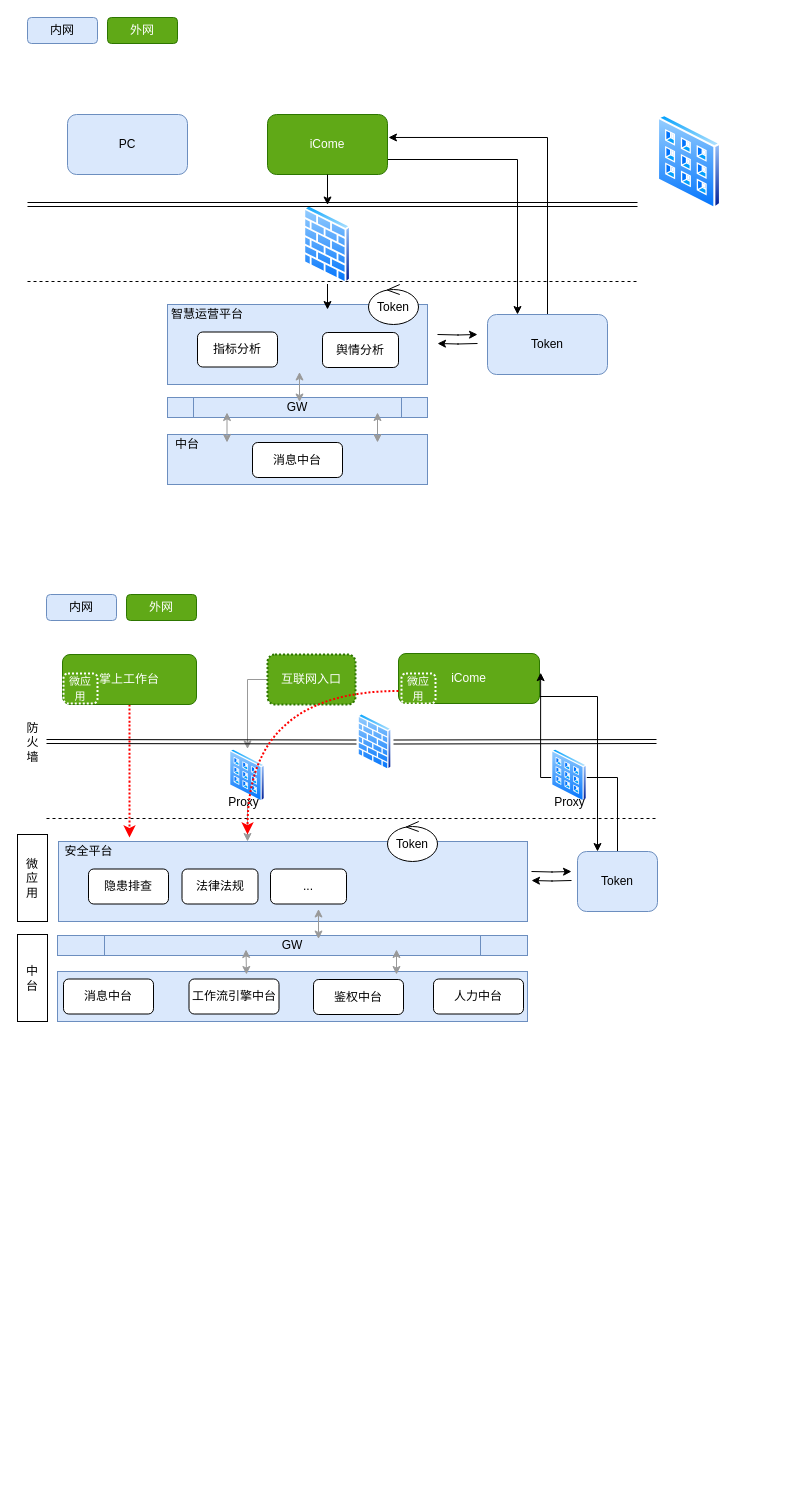
Earlier version of the draw.io diagram page "第 25 页" (25 of 27) of MQ服务.drawio (chinadragonsjz/project). Source tidied: cells renumbered, new cells numbered last; positions are measured from the earlier drawing's top-left corner, leaving out a move shared by most shapes. Both pictures are drawn from the tidied source at 100%, with x=0, y=0 at pixel (17, 17).
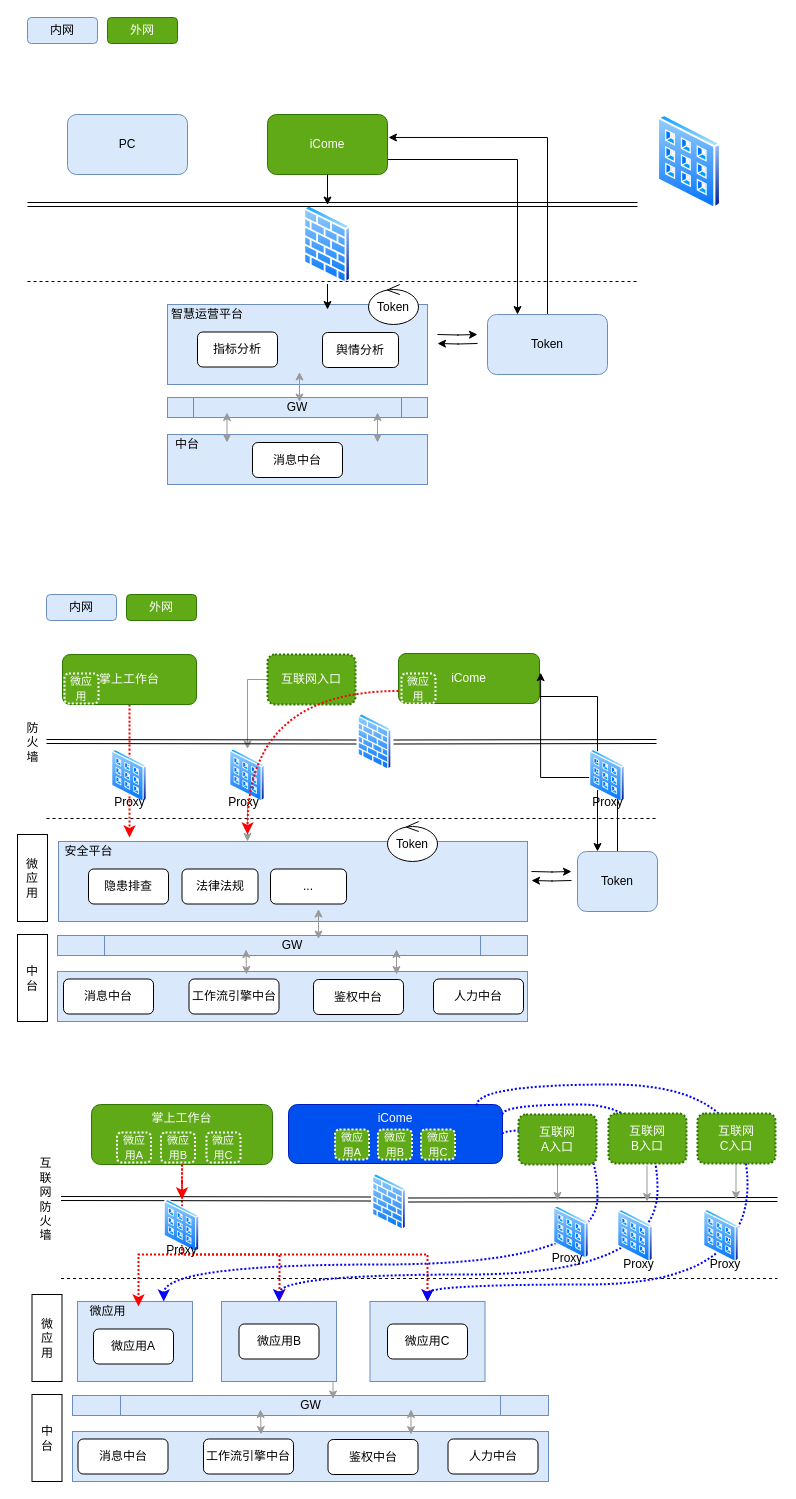
The same diagram, later.

What changed in the source:
```diff
@@
     <mxCell id="65" style="perimeter=ellipsePerimeter;html=1;align=center;shadow=0;dashed=0;spacingTop=3;image;image=img/lib/active_directory/input_output_filter.svg;" parent="1" vertex="1">
-      <mxGeometry x="534" y="731.5" width="36" height="53" as="geometry" />
+      <mxGeometry x="572" y="732" width="36" height="53" as="geometry" />
     </mxCell>
     <mxCell id="66" value="Proxy" style="text;html=1;strokeColor=none;fillColor=none;align=center;verticalAlign=middle;whiteSpace=wrap;rounded=0;" parent="1" vertex="1">
-      <mxGeometry x="521.5" y="774.5" width="61" height="20" as="geometry" />
+      <mxGeometry x="559.5" y="775" width="61" height="20" as="geometry" />
     </mxCell>
@@
     <mxCell id="68" value="&lt;font style=&quot;font-size: 11px&quot;&gt;微应用&lt;/font&gt;" style="rounded=1;whiteSpace=wrap;html=1;fillColor=#60a917;strokeColor=#FFFFFF;fontColor=#ffffff;dashed=1;strokeWidth=2;dashPattern=1 1;" parent="1" vertex="1">
-      <mxGeometry x="46" y="656" width="34" height="30" as="geometry" />
+      <mxGeometry x="47" y="656" width="34" height="30" as="geometry" />
     </mxCell>
@@
+    <mxCell id="71" style="perimeter=ellipsePerimeter;html=1;align=center;shadow=0;dashed=0;spacingTop=3;image;image=img/lib/active_directory/input_output_filter.svg;" parent="1" vertex="1">
+      <mxGeometry x="94" y="732" width="36" height="53" as="geometry" />
+    </mxCell>
+    <mxCell id="72" value="Proxy" style="text;html=1;strokeColor=none;fillColor=none;align=center;verticalAlign=middle;whiteSpace=wrap;rounded=0;" parent="1" vertex="1">
+      <mxGeometry x="81.5" y="775" width="61" height="20" as="geometry" />
+    </mxCell>
+    <mxCell id="73" style="rounded=0;whiteSpace=wrap;html=1;fillColor=#dae8fc;strokeColor=#6c8ebf;" parent="1" vertex="1">
+      <mxGeometry x="55" y="1414" width="476" height="50" as="geometry" />
+    </mxCell>
+    <mxCell id="74" value="iCome" style="rounded=1;whiteSpace=wrap;html=1;fillColor=#0050ef;strokeColor=#001DBC;fontColor=#ffffff;verticalAlign=top;" parent="1" vertex="1">
+      <mxGeometry x="271" y="1087" width="214" height="59" as="geometry" />
+    </mxCell>
+    <mxCell id="75" value="消息中台" style="rounded=1;whiteSpace=wrap;html=1;" parent="1" vertex="1">
+      <mxGeometry x="60.5" y="1421.5" width="90" height="35" as="geometry" />
+    </mxCell>
+    <mxCell id="76" value="工作流引擎中台" style="rounded=1;whiteSpace=wrap;html=1;" parent="1" vertex="1">
+      <mxGeometry x="186" y="1421.5" width="90" height="35" as="geometry" />
+    </mxCell>
+    <mxCell id="77" value="鉴权中台" style="rounded=1;whiteSpace=wrap;html=1;" parent="1" vertex="1">
+      <mxGeometry x="310.5" y="1422" width="90" height="35" as="geometry" />
+    </mxCell>
+    <mxCell id="78" value="人力中台" style="rounded=1;whiteSpace=wrap;html=1;" parent="1" vertex="1">
+      <mxGeometry x="430.5" y="1421.5" width="90" height="35" as="geometry" />
+    </mxCell>
+    <mxCell id="79" style="shape=link;html=1;endArrow=classic;endFill=1;" parent="1" edge="1">
+      <mxGeometry relative="1" as="geometry">
+        <mxPoint x="390.5" y="1182.5" as="sourcePoint" />
+        <mxPoint x="760" y="1182" as="targetPoint" />
+      </mxGeometry>
+    </mxCell>
+    <mxCell id="80" style="endArrow=none;dashed=1;html=1;" parent="1" edge="1">
+      <mxGeometry relative="1" as="geometry">
+        <mxPoint x="43.5" y="1261" as="sourcePoint" />
+        <mxPoint x="760" y="1261" as="targetPoint" />
+      </mxGeometry>
+    </mxCell>
+    <mxCell id="81" style="edgeStyle=orthogonalEdgeStyle;rounded=0;jettySize=auto;html=1;exitX=0.5;exitY=1;exitDx=0;exitDy=0;dashed=1;dashPattern=1 1;strokeColor=#FF0000;strokeWidth=2;" parent="1" edge="1" source="83" target="99">
+      <mxGeometry relative="1" as="geometry">
+        <Array as="points">
+          <mxPoint x="165" y="1237" />
+          <mxPoint x="262" y="1237" />
+        </Array>
+      </mxGeometry>
+    </mxCell>
+    <mxCell id="82" style="edgeStyle=orthogonalEdgeStyle;rounded=0;jettySize=auto;html=1;exitX=0.5;exitY=1;exitDx=0;exitDy=0;dashed=1;dashPattern=1 1;strokeColor=#FF0000;strokeWidth=2;" parent="1" edge="1" source="121" target="103">
+      <mxGeometry relative="1" as="geometry">
+        <Array as="points">
+          <mxPoint x="165" y="1237" />
+          <mxPoint x="410" y="1237" />
+        </Array>
+      </mxGeometry>
+    </mxCell>
+    <mxCell id="83" value="掌上工作台" style="rounded=1;whiteSpace=wrap;html=1;fillColor=#60a917;strokeColor=#2D7600;fontColor=#ffffff;verticalAlign=top;" parent="1" vertex="1">
+      <mxGeometry x="74" y="1087" width="181" height="60" as="geometry" />
+    </mxCell>
+    <mxCell id="84" value="GW" style="shape=process;whiteSpace=wrap;html=1;backgroundOutline=1;fillColor=#dae8fc;strokeColor=#6c8ebf;" parent="1" vertex="1">
+      <mxGeometry x="55" y="1378" width="476" height="20" as="geometry" />
+    </mxCell>
+    <mxCell id="85" style="endArrow=classic;startArrow=classic;html=1;strokeColor=#999999;" parent="1" edge="1">
+      <mxGeometry relative="1" as="geometry">
+        <mxPoint x="243.5" y="1417" as="sourcePoint" />
+        <mxPoint x="243" y="1392" as="targetPoint" />
+      </mxGeometry>
+    </mxCell>
+    <mxCell id="86" style="endArrow=classic;startArrow=classic;html=1;strokeColor=#999999;" parent="1" edge="1">
+      <mxGeometry relative="1" as="geometry">
+        <mxPoint x="393.5" y="1417" as="sourcePoint" />
+        <mxPoint x="393.5" y="1392" as="targetPoint" />
+      </mxGeometry>
+    </mxCell>
+    <mxCell id="87" style="endArrow=classic;startArrow=classic;html=1;strokeColor=#999999;" parent="1" edge="1">
+      <mxGeometry relative="1" as="geometry">
+        <mxPoint x="315.5" y="1381.5" as="sourcePoint" />
+        <mxPoint x="315.5" y="1351.5" as="targetPoint" />
+      </mxGeometry>
+    </mxCell>
+    <mxCell id="88" value="中&lt;br&gt;台" style="rounded=0;whiteSpace=wrap;html=1;" parent="1" vertex="1">
+      <mxGeometry x="14.5" y="1377" width="30" height="87" as="geometry" />
+    </mxCell>
+    <mxCell id="89" value="微&lt;br&gt;应&lt;br&gt;用" style="rounded=0;whiteSpace=wrap;html=1;" parent="1" vertex="1">
+      <mxGeometry x="14.5" y="1277" width="30" height="87" as="geometry" />
+    </mxCell>
+    <mxCell id="90" style="edgeStyle=orthogonalEdgeStyle;rounded=0;jettySize=auto;html=1;strokeColor=#999999;entryX=0.111;entryY=-0.104;entryDx=0;entryDy=0;entryPerimeter=0;" parent="1" edge="1" source="120" target="115">
+      <mxGeometry relative="1" as="geometry" />
+    </mxCell>
+    <mxCell id="91" value="互联网防&lt;br&gt;火&lt;br&gt;墙" style="text;html=1;strokeColor=none;fillColor=none;align=center;verticalAlign=middle;whiteSpace=wrap;rounded=0;" parent="1" vertex="1">
+      <mxGeometry x="16" y="1141" width="25" height="82" as="geometry" />
+    </mxCell>
+    <mxCell id="92" style="perimeter=ellipsePerimeter;html=1;align=center;shadow=0;dashed=0;spacingTop=3;image;image=img/lib/active_directory/firewall.svg;" parent="1" vertex="1">
+      <mxGeometry x="353.5" y="1156" width="37" height="57" as="geometry" />
+    </mxCell>
+    <mxCell id="93" style="shape=link;html=1;endArrow=classic;endFill=1;" parent="1" edge="1">
+      <mxGeometry relative="1" as="geometry">
+        <mxPoint x="43.5" y="1181" as="sourcePoint" />
+        <mxPoint x="353.5" y="1181.5" as="targetPoint" />
+      </mxGeometry>
+    </mxCell>
+    <mxCell id="94" value="&lt;font style=&quot;font-size: 11px&quot;&gt;微应用A&lt;/font&gt;" style="rounded=1;whiteSpace=wrap;html=1;fillColor=#60a917;strokeColor=#FFFFFF;fontColor=#ffffff;dashed=1;strokeWidth=2;dashPattern=1 1;" parent="1" vertex="1">
+      <mxGeometry x="317.5" y="1112" width="34" height="30" as="geometry" />
+    </mxCell>
+    <mxCell id="95" value="&lt;font style=&quot;font-size: 11px&quot;&gt;微应用A&lt;/font&gt;" style="rounded=1;whiteSpace=wrap;html=1;fillColor=#60a917;strokeColor=#FFFFFF;fontColor=#ffffff;dashed=1;strokeWidth=2;dashPattern=1 1;" parent="1" vertex="1">
+      <mxGeometry x="99.5" y="1115" width="34" height="30" as="geometry" />
+    </mxCell>
+    <mxCell id="96" style="edgeStyle=orthogonalEdgeStyle;curved=1;rounded=0;jettySize=auto;html=1;exitX=1;exitY=0.5;exitDx=0;exitDy=0;strokeColor=#0000FF;strokeWidth=2;dashed=1;dashPattern=1 1;entryX=0.75;entryY=0;entryDx=0;entryDy=0;" parent="1" edge="1" source="74" target="98">
+      <mxGeometry relative="1" as="geometry">
+        <Array as="points">
+          <mxPoint x="580" y="1112" />
+          <mxPoint x="580" y="1247" />
+          <mxPoint x="146" y="1247" />
+        </Array>
+      </mxGeometry>
+    </mxCell>
+    <mxCell id="97" style="group;" parent="1" vertex="1">
+      <mxGeometry x="59.5" y="1284" width="293" height="80" as="geometry" />
+    </mxCell>
+    <mxCell id="98" style="rounded=0;whiteSpace=wrap;html=1;fillColor=#dae8fc;strokeColor=#6c8ebf;" parent="97" vertex="1">
+      <mxGeometry x="0.5" width="115" height="80" as="geometry" />
+    </mxCell>
+    <mxCell id="99" style="rounded=0;whiteSpace=wrap;html=1;fillColor=#dae8fc;strokeColor=#6c8ebf;" parent="97" vertex="1">
+      <mxGeometry x="144.5" width="115" height="80" as="geometry" />
+    </mxCell>
+    <mxCell id="100" value="微应用A" style="rounded=1;whiteSpace=wrap;html=1;" parent="97" vertex="1">
+      <mxGeometry x="16.5" y="27.5" width="80" height="35" as="geometry" />
+    </mxCell>
+    <mxCell id="101" value="微应用" style="text;html=1;strokeColor=none;fillColor=none;align=center;verticalAlign=middle;whiteSpace=wrap;rounded=0;" parent="97" vertex="1">
+      <mxGeometry width="61" height="20" as="geometry" />
+    </mxCell>
+    <mxCell id="102" value="微应用B" style="rounded=1;whiteSpace=wrap;html=1;" parent="97" vertex="1">
+      <mxGeometry x="162" y="22.5" width="80" height="35" as="geometry" />
+    </mxCell>
+    <mxCell id="103" style="rounded=0;whiteSpace=wrap;html=1;fillColor=#dae8fc;strokeColor=#6c8ebf;" parent="1" vertex="1">
+      <mxGeometry x="352.5" y="1284" width="115" height="80" as="geometry" />
+    </mxCell>
+    <mxCell id="104" value="微应用C" style="rounded=1;whiteSpace=wrap;html=1;" parent="1" vertex="1">
+      <mxGeometry x="370" y="1306.5" width="80" height="35" as="geometry" />
+    </mxCell>
+    <mxCell id="105" value="&lt;font style=&quot;font-size: 11px&quot;&gt;微应用B&lt;/font&gt;" style="rounded=1;whiteSpace=wrap;html=1;fillColor=#60a917;strokeColor=#FFFFFF;fontColor=#ffffff;dashed=1;strokeWidth=2;dashPattern=1 1;" parent="1" vertex="1">
+      <mxGeometry x="360.5" y="1112" width="34" height="30" as="geometry" />
+    </mxCell>
+    <mxCell id="106" value="&lt;font style=&quot;font-size: 11px&quot;&gt;微应用C&lt;/font&gt;" style="rounded=1;whiteSpace=wrap;html=1;fillColor=#60a917;strokeColor=#FFFFFF;fontColor=#ffffff;dashed=1;strokeWidth=2;dashPattern=1 1;" parent="1" vertex="1">
+      <mxGeometry x="403.5" y="1112" width="34" height="30" as="geometry" />
+    </mxCell>
+    <mxCell id="107" value="&lt;font style=&quot;font-size: 11px&quot;&gt;微应用B&lt;/font&gt;" style="rounded=1;whiteSpace=wrap;html=1;fillColor=#60a917;strokeColor=#FFFFFF;fontColor=#ffffff;dashed=1;strokeWidth=2;dashPattern=1 1;" parent="1" vertex="1">
+      <mxGeometry x="143.5" y="1115" width="34" height="30" as="geometry" />
+    </mxCell>
+    <mxCell id="108" value="&lt;font style=&quot;font-size: 11px&quot;&gt;微应用C&lt;/font&gt;" style="rounded=1;whiteSpace=wrap;html=1;fillColor=#60a917;strokeColor=#FFFFFF;fontColor=#ffffff;dashed=1;strokeWidth=2;dashPattern=1 1;" parent="1" vertex="1">
+      <mxGeometry x="189" y="1115" width="34" height="30" as="geometry" />
+    </mxCell>
+    <mxCell id="109" style="edgeStyle=orthogonalEdgeStyle;rounded=0;jettySize=auto;html=1;exitX=0.5;exitY=1;exitDx=0;exitDy=0;dashed=1;dashPattern=1 1;strokeColor=#FF0000;strokeWidth=2;" parent="1" edge="1" source="121">
+      <mxGeometry relative="1" as="geometry">
+        <mxPoint x="121" y="1289" as="targetPoint" />
+        <Array as="points">
+          <mxPoint x="165" y="1237" />
+          <mxPoint x="121" y="1237" />
+        </Array>
+      </mxGeometry>
+    </mxCell>
+    <mxCell id="110" style="edgeStyle=orthogonalEdgeStyle;curved=1;rounded=0;jettySize=auto;html=1;strokeColor=#0000FF;strokeWidth=2;dashed=1;dashPattern=1 1;entryX=0.5;entryY=0;entryDx=0;entryDy=0;" parent="1" edge="1" target="99">
+      <mxGeometry relative="1" as="geometry">
+        <mxPoint x="485" y="1097" as="sourcePoint" />
+        <Array as="points">
+          <mxPoint x="485" y="1087" />
+          <mxPoint x="640" y="1087" />
+          <mxPoint x="640" y="1257" />
+          <mxPoint x="262" y="1257" />
+        </Array>
+      </mxGeometry>
+    </mxCell>
+    <mxCell id="111" style="edgeStyle=orthogonalEdgeStyle;curved=1;rounded=0;jettySize=auto;html=1;strokeColor=#0000FF;strokeWidth=2;dashed=1;dashPattern=1 1;entryX=0.5;entryY=0;entryDx=0;entryDy=0;exitX=0.879;exitY=0.017;exitDx=0;exitDy=0;exitPerimeter=0;" parent="1" edge="1" source="74" target="103">
+      <mxGeometry relative="1" as="geometry">
+        <Array as="points">
+          <mxPoint x="459" y="1067" />
+          <mxPoint x="730" y="1067" />
+          <mxPoint x="730" y="1267" />
+          <mxPoint x="410" y="1267" />
+        </Array>
+      </mxGeometry>
+    </mxCell>
+    <mxCell id="112" style="edgeStyle=orthogonalEdgeStyle;rounded=0;jettySize=auto;html=1;exitX=0.5;exitY=1;exitDx=0;exitDy=0;dashed=1;dashPattern=1 1;strokeColor=#FF0000;strokeWidth=2;" parent="1" edge="1" source="83" target="121">
+      <mxGeometry relative="1" as="geometry" />
+    </mxCell>
+    <mxCell id="113" style="perimeter=ellipsePerimeter;html=1;align=center;shadow=0;dashed=0;spacingTop=3;image;image=img/lib/active_directory/input_output_filter.svg;" parent="1" vertex="1">
+      <mxGeometry x="600" y="1192" width="36" height="53" as="geometry" />
+    </mxCell>
+    <mxCell id="114" style="perimeter=ellipsePerimeter;html=1;align=center;shadow=0;dashed=0;spacingTop=3;image;image=img/lib/active_directory/input_output_filter.svg;" parent="1" vertex="1">
+      <mxGeometry x="686" y="1192" width="36" height="53" as="geometry" />
+    </mxCell>
+    <mxCell id="115" style="perimeter=ellipsePerimeter;html=1;align=center;shadow=0;dashed=0;spacingTop=3;image;image=img/lib/active_directory/input_output_filter.svg;" parent="1" vertex="1">
+      <mxGeometry x="536" y="1188.5" width="36" height="53" as="geometry" />
+    </mxCell>
+    <mxCell id="116" style="edgeStyle=orthogonalEdgeStyle;rounded=0;orthogonalLoop=1;jettySize=auto;html=1;strokeColor=#999999;entryX=0.111;entryY=-0.104;entryDx=0;entryDy=0;entryPerimeter=0;" parent="1" edge="1">
+      <mxGeometry relative="1" as="geometry">
+        <mxPoint x="629.5" y="1148" as="sourcePoint" />
+        <mxPoint x="629.5" y="1184" as="targetPoint" />
+      </mxGeometry>
+    </mxCell>
+    <mxCell id="117" style="edgeStyle=orthogonalEdgeStyle;rounded=0;orthogonalLoop=1;jettySize=auto;html=1;strokeColor=#999999;entryX=0.111;entryY=-0.104;entryDx=0;entryDy=0;entryPerimeter=0;" parent="1" edge="1">
+      <mxGeometry relative="1" as="geometry">
+        <mxPoint x="718.5" y="1146" as="sourcePoint" />
+        <mxPoint x="718.5" y="1182" as="targetPoint" />
+      </mxGeometry>
+    </mxCell>
+    <mxCell id="118" value="互联网&lt;br&gt;B入口" style="rounded=1;whiteSpace=wrap;html=1;fillColor=#60a917;strokeColor=#2D7600;fontColor=#ffffff;dashed=1;strokeWidth=2;dashPattern=1 1;" parent="1" vertex="1">
+      <mxGeometry x="591" y="1096" width="78" height="50" as="geometry" />
+    </mxCell>
+    <mxCell id="119" value="互联网&lt;br&gt;C入口" style="rounded=1;whiteSpace=wrap;html=1;fillColor=#60a917;strokeColor=#2D7600;fontColor=#ffffff;dashed=1;strokeWidth=2;dashPattern=1 1;" parent="1" vertex="1">
+      <mxGeometry x="680" y="1096" width="78" height="50" as="geometry" />
+    </mxCell>
+    <mxCell id="120" value="互联网&lt;br&gt;A入口" style="rounded=1;whiteSpace=wrap;html=1;fillColor=#60a917;strokeColor=#2D7600;fontColor=#ffffff;dashed=1;strokeWidth=2;dashPattern=1 1;" parent="1" vertex="1">
+      <mxGeometry x="501" y="1097" width="78" height="50" as="geometry" />
+    </mxCell>
+    <mxCell id="121" style="perimeter=ellipsePerimeter;html=1;align=center;shadow=0;dashed=0;spacingTop=3;image;image=img/lib/active_directory/input_output_filter.svg;" parent="1" vertex="1">
+      <mxGeometry x="146.5" y="1182" width="36" height="53" as="geometry" />
+    </mxCell>
+    <mxCell id="122" value="Proxy" style="text;html=1;strokeColor=none;fillColor=none;align=center;verticalAlign=middle;whiteSpace=wrap;rounded=0;" parent="1" vertex="1">
+      <mxGeometry x="133.5" y="1223" width="61" height="20" as="geometry" />
+    </mxCell>
+    <mxCell id="123" value="Proxy" style="text;html=1;strokeColor=none;fillColor=none;align=center;verticalAlign=middle;whiteSpace=wrap;rounded=0;" parent="1" vertex="1">
+      <mxGeometry x="683" y="1237" width="50" height="20" as="geometry" />
+    </mxCell>
+    <mxCell id="124" value="Proxy" style="text;html=1;strokeColor=none;fillColor=none;align=center;verticalAlign=middle;whiteSpace=wrap;rounded=0;" parent="1" vertex="1">
+      <mxGeometry x="596.5" y="1237" width="49" height="20" as="geometry" />
+    </mxCell>
+    <mxCell id="125" value="Proxy" style="text;html=1;strokeColor=none;fillColor=none;align=center;verticalAlign=middle;whiteSpace=wrap;rounded=0;" parent="1" vertex="1">
+      <mxGeometry x="525" y="1230.5" width="50" height="20" as="geometry" />
+    </mxCell>
```
